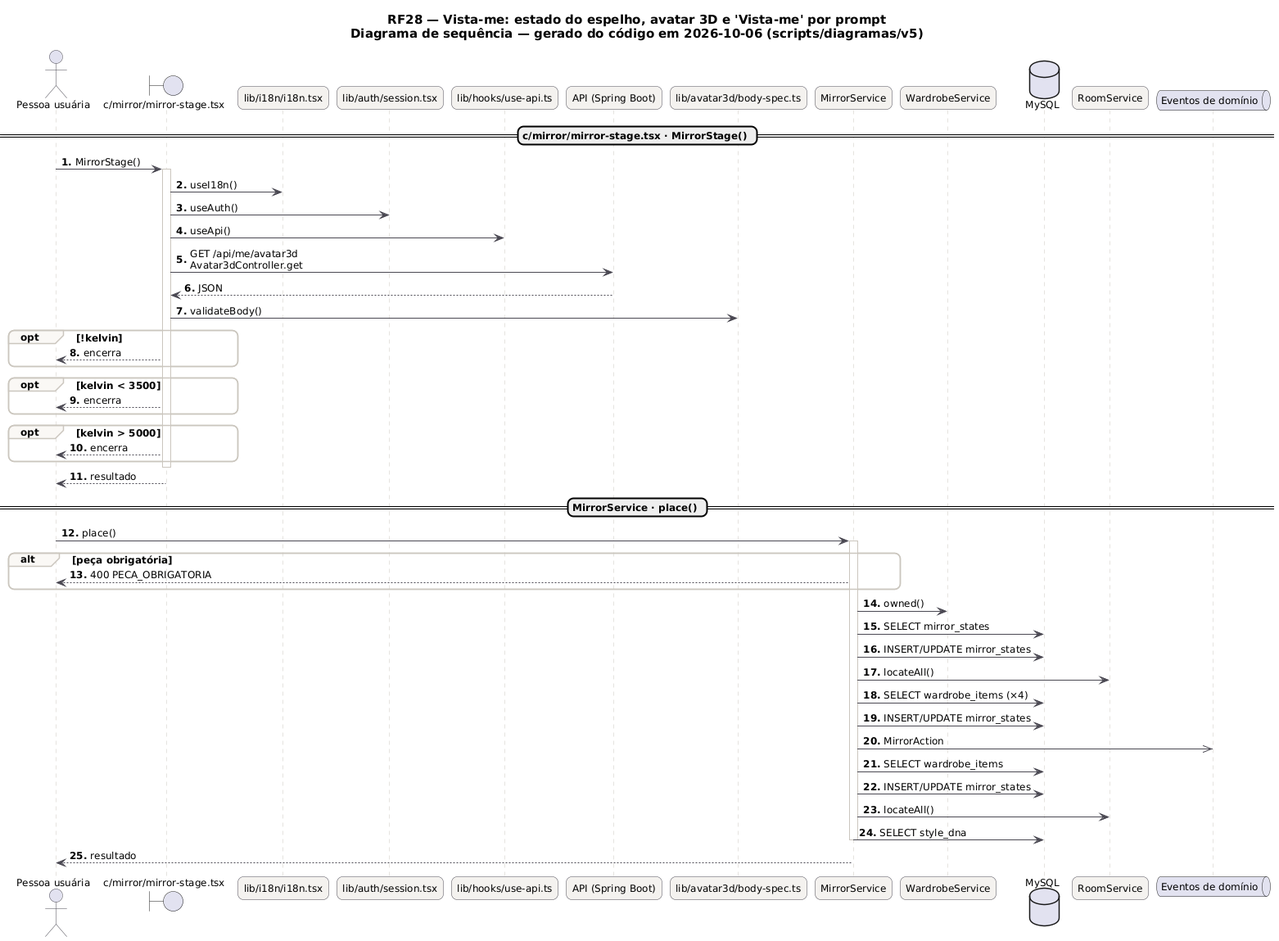
MatheusHaliski/tcc-2026-fashion-ai-backend keeps this PlantUML diagram as docs/diagramas/RF28-espelho-vista-me/RF28_Espelho_Sequencia.png. Above is the earlier version.
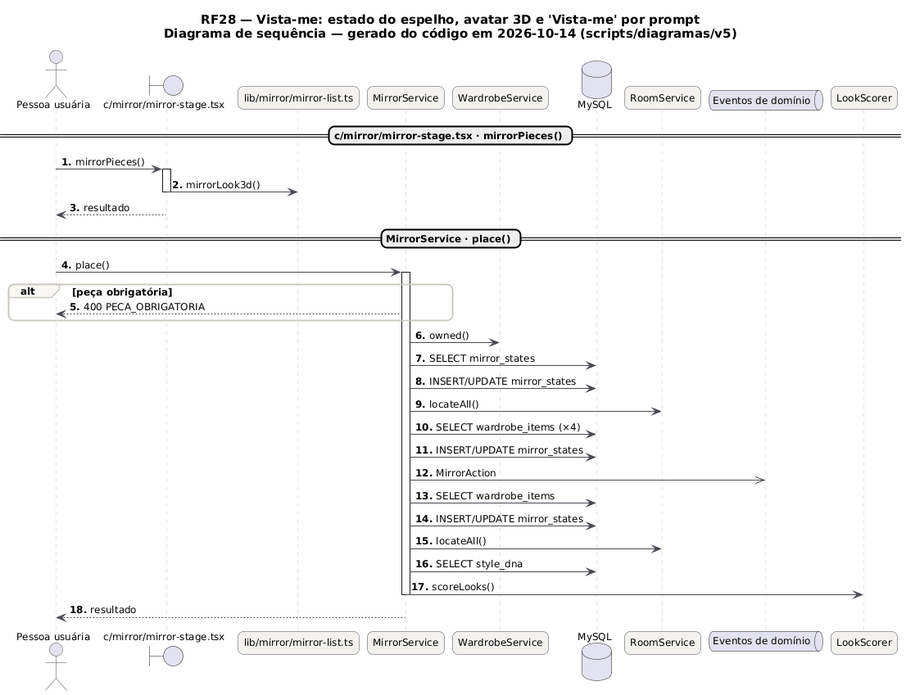
Above is the later version.

What changed in the source:
```diff
@@ -21,38 +21,21 @@
   GroupBackgroundColor #FAF8F5
 }
 autonumber "<b>0."
-title RF28 — Vista-me: estado do espelho, avatar 3D e 'Vista-me' por prompt\nDiagrama de sequência — gerado do código em 2026-10-06 (scripts/diagramas/v5)
+title RF28 — Vista-me: estado do espelho, avatar 3D e 'Vista-me' por prompt\nDiagrama de sequência — gerado do código em 2026-10-14 (scripts/diagramas/v5)
 
 actor "Pessoa usuária" as U
 boundary "c/mirror/mirror-stage.tsx" as c_mirror_mirror_stage_tsx
-participant "lib/i18n/i18n.tsx" as lib_i18n_i18n_tsx
-participant "lib/auth/session.tsx" as lib_auth_session_tsx
-participant "lib/hooks/use-api.ts" as lib_hooks_use_api_ts
-participant "API (Spring Boot)" as API
-participant "lib/avatar3d/body-spec.ts" as lib_avatar3d_body_spec_ts
+participant "lib/mirror/mirror-list.ts" as lib_mirror_mirror_list_ts
 participant "MirrorService" as MirrorService
 participant "WardrobeService" as WardrobeService
 database "MySQL" as DB_MySQL
 participant "RoomService" as RoomService
 queue "Eventos de domínio" as EV
-== c/mirror/mirror-stage.tsx · MirrorStage() ==
-U -> c_mirror_mirror_stage_tsx : MirrorStage()
+participant "LookScorer" as LookScorer
+== c/mirror/mirror-stage.tsx · mirrorPieces() ==
+U -> c_mirror_mirror_stage_tsx : mirrorPieces()
 activate c_mirror_mirror_stage_tsx
-c_mirror_mirror_stage_tsx -> lib_i18n_i18n_tsx : useI18n()
-c_mirror_mirror_stage_tsx -> lib_auth_session_tsx : useAuth()
-c_mirror_mirror_stage_tsx -> lib_hooks_use_api_ts : useApi()
-c_mirror_mirror_stage_tsx -> API : GET /api/me/avatar3d\nAvatar3dController.get
-API --> c_mirror_mirror_stage_tsx : JSON
-c_mirror_mirror_stage_tsx -> lib_avatar3d_body_spec_ts : validateBody()
-opt !kelvin
-c_mirror_mirror_stage_tsx --> U : encerra
-end
-opt kelvin < 3500
-c_mirror_mirror_stage_tsx --> U : encerra
-end
-opt kelvin > 5000
-c_mirror_mirror_stage_tsx --> U : encerra
-end
+c_mirror_mirror_stage_tsx -> lib_mirror_mirror_list_ts : mirrorLook3d()
 deactivate c_mirror_mirror_stage_tsx
 c_mirror_mirror_stage_tsx --> U : resultado
 == MirrorService · place() ==
@@ -72,6 +55,7 @@
 MirrorService -> DB_MySQL : INSERT/UPDATE mirror_states
 MirrorService -> RoomService : locateAll()
 MirrorService -> DB_MySQL : SELECT style_dna
+MirrorService -> LookScorer : scoreLooks()
 deactivate MirrorService
 MirrorService --> U : resultado
 @enduml
```
